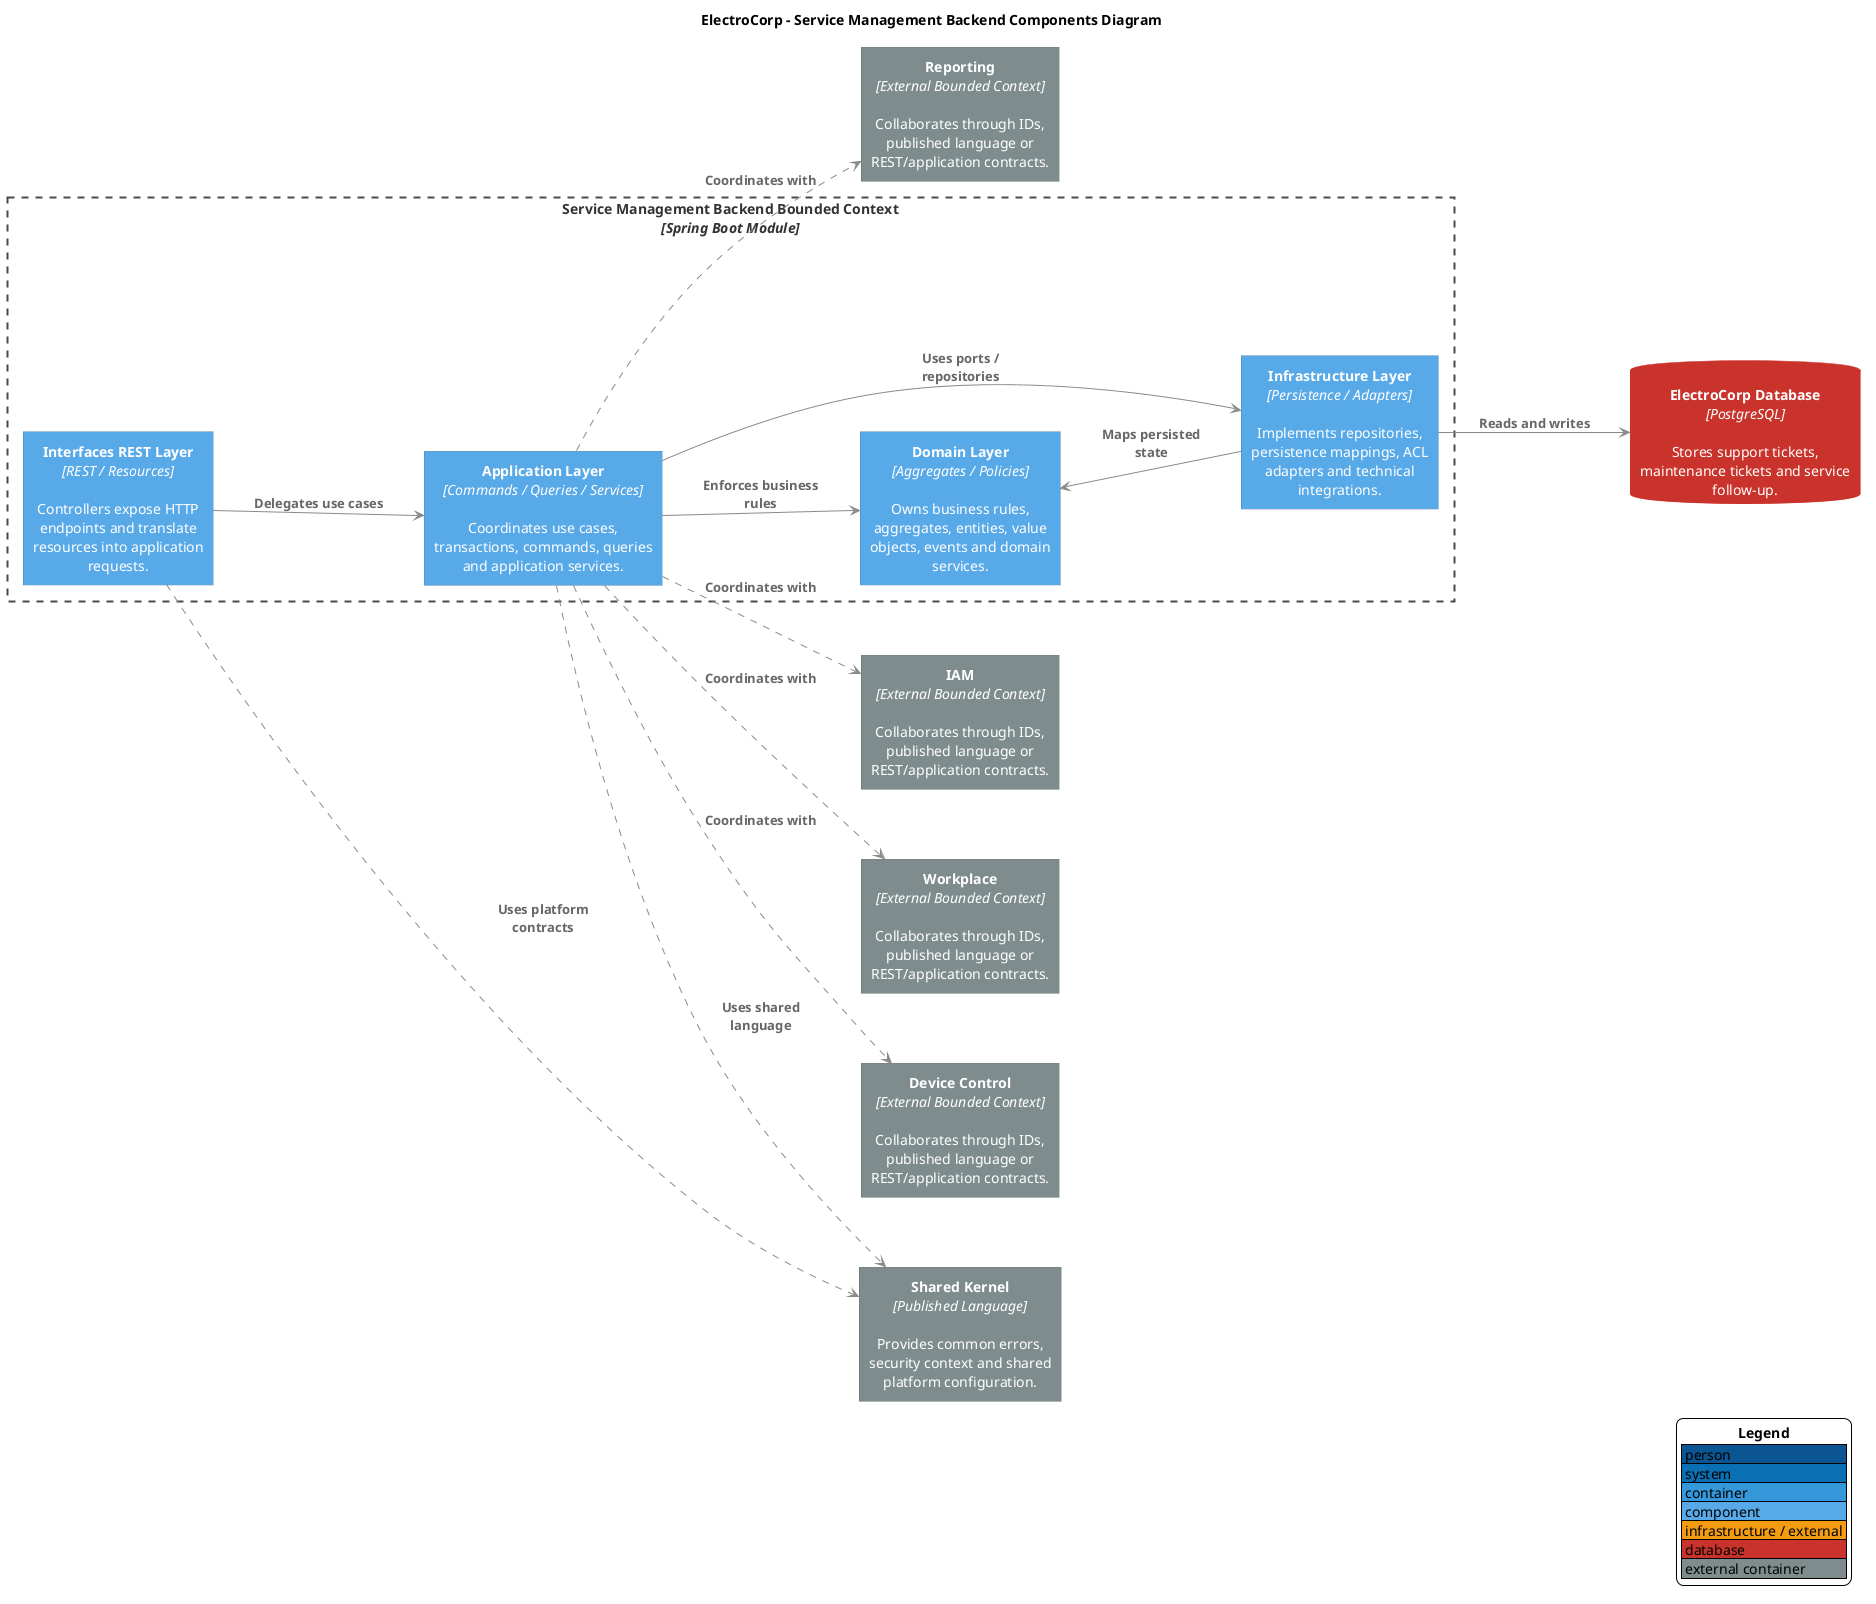
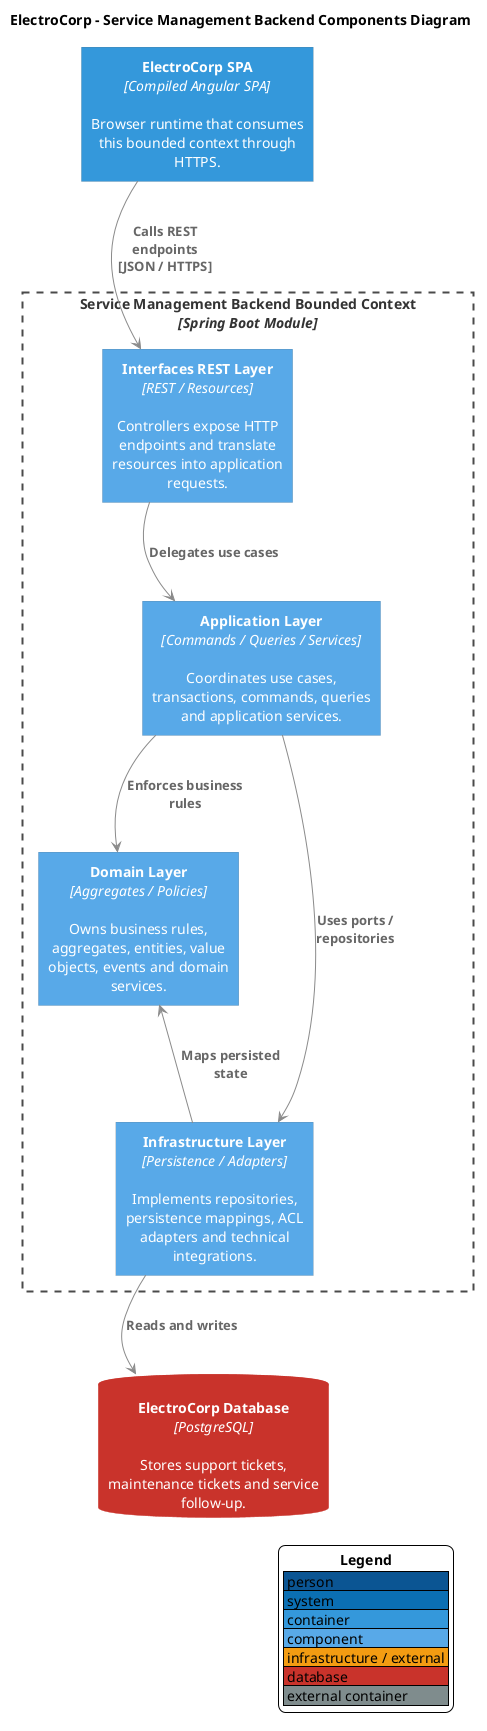
@startuml
skinparam backgroundColor #FFFFFF
skinparam shadowing false
skinparam defaultFontName Arial
skinparam defaultTextAlignment center
skinparam wrapWidth 220
skinparam maxMessageSize 130
skinparam nodesep 70
skinparam ranksep 80
skinparam ArrowColor #8A8A8A
skinparam ArrowFontColor #666666
skinparam ArrowFontStyle bold
skinparam ArrowThickness 1
skinparam rectangleRoundCorner 0
skinparam rectangleBorderThickness 0
skinparam rectangleFontColor #FFFFFF
skinparam rectangleFontStyle plain
skinparam rectangle {
  BorderThickness 0
  MinimumWidth 190
  Padding 12
}
skinparam database {
  MinimumWidth 210
  Padding 12
}
skinparam rectangle<<SystemBoundary>> {
  BackgroundColor transparent
  BorderColor #4A4A4A
  BorderThickness 2
  BorderStyle dashed
  FontColor #333333
  FontStyle bold
  MinimumWidth 760
  Padding 18
}
skinparam rectangle<<BoundedContext>> {
  BackgroundColor transparent
  BorderColor #4A4A4A
  BorderThickness 2
  BorderStyle dashed
  FontColor #333333
  FontStyle bold
  MinimumWidth 760
  Padding 18
}
skinparam databaseBackgroundColor #C9332B
skinparam databaseBorderColor #C9332B
skinparam databaseFontColor #FFFFFF
skinparam databaseFontStyle plain
hide stereotype
- left to right direction
+ top to bottom direction

title ElectroCorp - Service Management Backend Components Diagram
+ 
+ rectangle "<b>ElectroCorp SPA</b>\n<i>[Compiled Angular SPA]</i>\n\nBrowser runtime that consumes this bounded context through HTTPS." as Spa #3498DB

rectangle "<b>Service Management Backend Bounded Context</b>\n<i>[Spring Boot Module]</i>" <<BoundedContext>> {
  rectangle "<b>Interfaces REST Layer</b>\n<i>[REST / Resources]</i>\n\nControllers expose HTTP endpoints and translate resources into application requests." as Interfaces #58A9E8
  rectangle "<b>Application Layer</b>\n<i>[Commands / Queries / Services]</i>\n\nCoordinates use cases, transactions, commands, queries and application services." as Application #58A9E8
  rectangle "<b>Domain Layer</b>\n<i>[Aggregates / Policies]</i>\n\nOwns business rules, aggregates, entities, value objects, events and domain services." as Domain #58A9E8
  rectangle "<b>Infrastructure Layer</b>\n<i>[Persistence / Adapters]</i>\n\nImplements repositories, persistence mappings, ACL adapters and technical integrations." as Infrastructure #58A9E8
}
database "<b>ElectroCorp Database</b>\n<i>[PostgreSQL]</i>\n\nStores support tickets, maintenance tickets and service follow-up." as Database
- rectangle "<b>Shared Kernel</b>\n<i>[Published Language]</i>\n\nProvides common errors, security context and shared platform configuration." as Shared #7F8C8D
- rectangle "<b>IAM</b>\n<i>[External Bounded Context]</i>\n\nCollaborates through IDs, published language or REST/application contracts." as Dep0 #7F8C8D
- rectangle "<b>Workplace</b>\n<i>[External Bounded Context]</i>\n\nCollaborates through IDs, published language or REST/application contracts." as Dep1 #7F8C8D
- rectangle "<b>Device Control</b>\n<i>[External Bounded Context]</i>\n\nCollaborates through IDs, published language or REST/application contracts." as Dep2 #7F8C8D
- rectangle "<b>Reporting</b>\n<i>[External Bounded Context]</i>\n\nCollaborates through IDs, published language or REST/application contracts." as Dep3 #7F8C8D

+ Spa --> Interfaces : Calls REST endpoints\n[JSON / HTTPS]
Interfaces --> Application : Delegates use cases
Application --> Domain : Enforces business rules
Application --> Infrastructure : Uses ports / repositories
Infrastructure --> Domain : Maps persisted state
Infrastructure --> Database : Reads and writes
- Interfaces ..> Shared : Uses platform contracts
- Application ..> Shared : Uses shared language
- Application ..> Dep0 : Coordinates with
- Application ..> Dep1 : Coordinates with
- Application ..> Dep2 : Coordinates with
- Application ..> Dep3 : Coordinates with

- Interfaces -[hidden]right- Application
- Application -[hidden]right- Domain
+ Spa -[hidden]down- Interfaces
+ Interfaces -[hidden]down- Application
+ Application -[hidden]down- Domain
Domain -[hidden]right- Infrastructure
+ Infrastructure -[hidden]down- Database

legend right
  <b>Legend</b>
  |<#0B5593> person |
  |<#0B6FB3> system |
  |<#3498DB> container |
  |<#58A9E8> component |
  |<#F39C12> infrastructure / external |
  |<#C9332B> database |
  |<#7F8C8D> external container |
endlegend

@enduml
